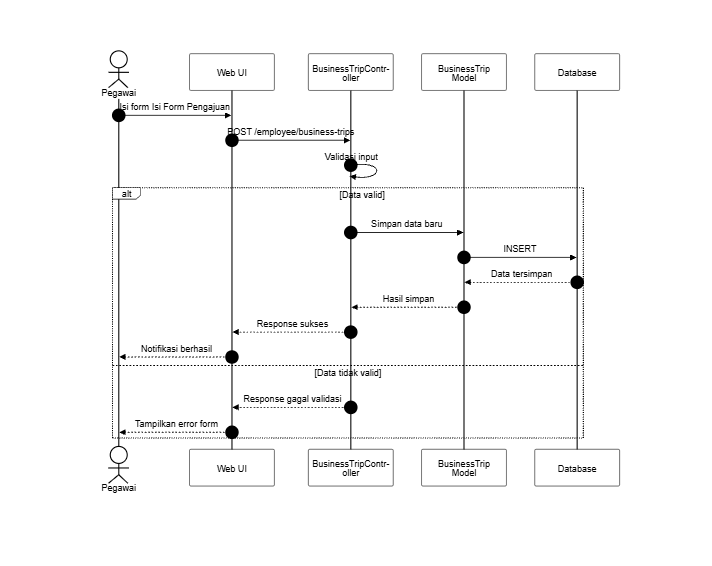
This is docs/SequenceDiagram/PNG_Transparent/PengajuanPerjalananDinas-IsiFormPengajuan.png from SulaimanHafi23/SimpegRSHDI, a Mermaid export, as it was before one commit. Its source is kept beside it as docs/SequenceDiagram/PengajuanPerjalananDinas-IsiFormPengajuan.mermaid.
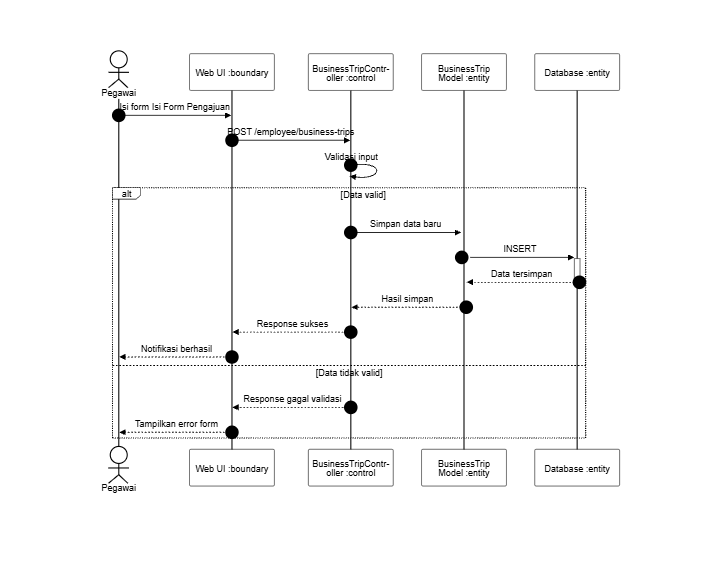
Later version of the same file.

Change to the diagram source:
```diff
@@ -2,18 +2,18 @@
 sequenceDiagram
     autonumber
     actor A as Pegawai
-    participant UI as Web UI
-    participant C as BusinessTripController
-    participant M as BusinessTrip Model
-    participant DB as Database
+    participant UI as Web UI :boundary
+    participant C as BusinessTripController :control
+    participant M as BusinessTrip Model :entity
+    participant DB as Database :entity
 
     A->>UI: Isi form Isi Form Pengajuan
     UI->>C: POST /employee/business-trips
     C->>C: Validasi input
     alt Data valid
-        C->>M: Simpan data baru
-        M->>DB: INSERT
-        DB-->>M: Data tersimpan
+        C->>+M: Simpan data baru
+        M->>+DB: INSERT
+        DB-->>-M: Data tersimpan
         M-->>C: Hasil simpan
         C-->>UI: Response sukses
         UI-->>A: Notifikasi berhasil
```
